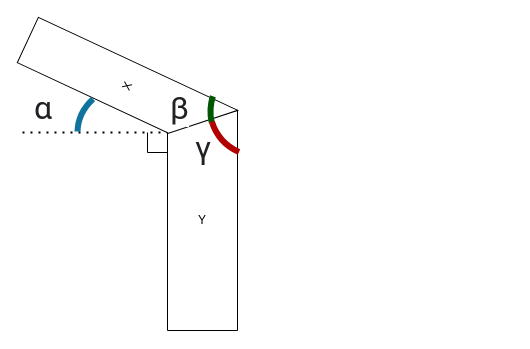
Above: Резка досок.drawio in pvlasov/sawing-calculator (draw.io), before the change. Source tidied: cells renumbered, new cells numbered last; positions are measured from the earlier drawing's top-left corner, leaving out a move shared by most shapes. Both pictures are drawn from the tidied source at 100%, with x=0, y=0 at pixel (22, -24).
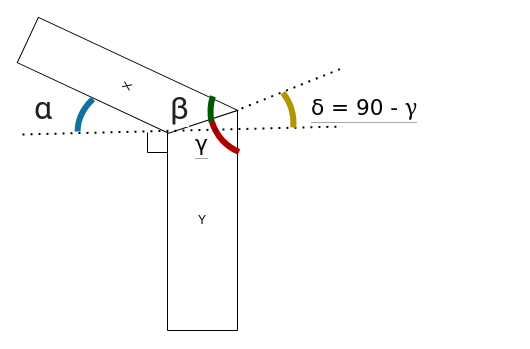
The same diagram, later.

Change to the diagram source:
```diff
@@
 <mxGraphModel>
   <root>
     <mxCell id="0" />
     <mxCell id="1" parent="0" />
     <mxCell id="2" value="Y" style="shape=manualInput;whiteSpace=wrap;html=1;size=8;" parent="1" vertex="1">
       <mxGeometry x="145" y="134" width="70" height="220" as="geometry" />
     </mxCell>
     <mxCell id="3" value="X" style="shape=manualInput;whiteSpace=wrap;html=1;size=53;flipV=1;rotation=-65;" parent="1" vertex="1">
       <mxGeometry x="80" width="50" height="220" as="geometry" />
     </mxCell>
     <mxCell id="4" value="&lt;span style=&quot;color: rgb(32, 33, 36); font-family: Roboto, arial, sans-serif; font-size: 32px; font-style: normal; font-variant-ligatures: normal; font-variant-caps: normal; font-weight: 400; letter-spacing: normal; orphans: 2; text-align: left; text-indent: 0px; text-transform: none; widows: 2; word-spacing: 0px; -webkit-text-stroke-width: 0px; background-color: rgb(255, 255, 255); text-decoration-thickness: initial; text-decoration-style: initial; text-decoration-color: initial; float: none; display: inline !important;&quot;&gt;α&lt;/span&gt;" style="text;whiteSpace=wrap;html=1;" parent="1" vertex="1">
       <mxGeometry x="10" y="106" width="40" height="40" as="geometry" />
     </mxCell>
     <mxCell id="5" value="&lt;span style=&quot;color: rgb(32, 33, 36); font-family: Roboto, arial, sans-serif; font-size: 32px; font-style: normal; font-variant-ligatures: normal; font-variant-caps: normal; font-weight: 400; letter-spacing: normal; orphans: 2; text-align: left; text-indent: 0px; text-transform: none; widows: 2; word-spacing: 0px; -webkit-text-stroke-width: 0px; background-color: rgb(255, 255, 255); text-decoration-thickness: initial; text-decoration-style: initial; text-decoration-color: initial; float: none; display: inline !important;&quot;&gt;β&lt;/span&gt;" style="text;whiteSpace=wrap;html=1;" parent="1" vertex="1">
       <mxGeometry x="146" y="106" width="40" height="40" as="geometry" />
     </mxCell>
-    <mxCell id="6" value="&lt;span style=&quot;color: rgb(32, 33, 36); font-family: Roboto, arial, sans-serif; font-size: 32px; font-style: normal; font-variant-ligatures: normal; font-variant-caps: normal; font-weight: 400; letter-spacing: normal; orphans: 2; text-align: left; text-indent: 0px; text-transform: none; widows: 2; word-spacing: 0px; -webkit-text-stroke-width: 0px; background-color: rgb(255, 255, 255); text-decoration-thickness: initial; text-decoration-style: initial; text-decoration-color: initial; float: none; display: inline !important;&quot;&gt;γ&lt;/span&gt;" style="text;whiteSpace=wrap;html=1;" parent="1" vertex="1">
+    <mxCell id="6" value="&lt;h1 style=&quot;margin: 0px 0px 0.25em; padding: 0px; overflow: visible; border-bottom: 1px solid rgb(162, 169, 177); font-size: 1.8em; font-weight: normal; width: auto; font-family: &amp;quot;Linux Libertine&amp;quot;, Georgia, Times, serif; line-height: 1.3;&quot; class=&quot;firstHeading mw-first-heading&quot; id=&quot;firstHeading&quot;&gt;&lt;span style=&quot;font-family: &amp;quot;New Athena Unicode&amp;quot;, &amp;quot;DejaVu Sans&amp;quot;, Athena, Gentium, &amp;quot;Gentium Plus&amp;quot;, &amp;quot;Palatino Linotype&amp;quot;, Times, &amp;quot;Arial Unicode MS&amp;quot;, &amp;quot;Lucida Sans Unicode&amp;quot;, &amp;quot;Lucida Grande&amp;quot;, Code2000, sans-serif;&quot; class=&quot;polytonic&quot;&gt;γ&lt;/span&gt;&lt;/h1&gt;" style="text;whiteSpace=wrap;html=1;" parent="1" vertex="1">
       <mxGeometry x="171" y="146" width="40" height="40" as="geometry" />
     </mxCell>
     <mxCell id="7" style="verticalLabelPosition=bottom;verticalAlign=top;html=1;shape=mxgraph.basic.arc;strokeColor=#10739E;strokeWidth=6;startAngle=0.7532476092441872;endAngle=0.866845351537719;" parent="1" vertex="1">
       <mxGeometry x="55" y="106" width="121" height="100" as="geometry" />
     </mxCell>
     <mxCell id="8" style="verticalLabelPosition=bottom;verticalAlign=top;html=1;shape=mxgraph.basic.arc;strokeColor=#005700;strokeWidth=6;startAngle=0.715534948534998;endAngle=0.7992907545140471;fillColor=#008a00;fontColor=#ffffff;" parent="1" vertex="1">
       <mxGeometry x="188" y="85" width="100" height="100" as="geometry" />
     </mxCell>
     <mxCell id="9" style="verticalLabelPosition=bottom;verticalAlign=top;html=1;shape=mxgraph.basic.arc;strokeColor=#B20000;strokeWidth=6;startAngle=0.567164186518581;endAngle=0.7007092454859529;fillColor=#e51400;fontColor=#ffffff;" parent="1" vertex="1">
       <mxGeometry x="187" y="80" width="100" height="100" as="geometry" />
     </mxCell>
-    <mxCell id="10" style="endArrow=none;dashed=1;html=1;dashPattern=1 3;strokeWidth=2;rounded=0;entryX=0;entryY=0.75;entryDx=0;entryDy=0;" parent="1" edge="1" target="3">
+    <mxCell id="10" style="endArrow=none;dashed=1;html=1;dashPattern=1 3;strokeWidth=2;rounded=0;" parent="1" edge="1">
       <mxGeometry relative="1" as="geometry">
-        <mxPoint y="156" as="sourcePoint" />
+        <mxPoint y="158" as="sourcePoint" />
+        <mxPoint x="320" y="150" as="targetPoint" />
       </mxGeometry>
     </mxCell>
     <mxCell id="11" style="endArrow=none;html=1;rounded=0;edgeStyle=orthogonalEdgeStyle;" parent="1" edge="1">
       <mxGeometry relative="1" as="geometry">
         <mxPoint x="125" y="156" as="sourcePoint" />
         <mxPoint x="145" y="176" as="targetPoint" />
         <Array as="points">
           <mxPoint x="125" y="176" />
         </Array>
       </mxGeometry>
     </mxCell>
+    <mxCell id="12" style="endArrow=none;dashed=1;html=1;dashPattern=1 3;strokeWidth=2;rounded=0;" parent="1" edge="1">
+      <mxGeometry relative="1" as="geometry">
+        <mxPoint x="219" y="132" as="sourcePoint" />
+        <mxPoint x="319" y="92" as="targetPoint" />
+      </mxGeometry>
+    </mxCell>
+    <mxCell id="13" style="verticalLabelPosition=bottom;verticalAlign=top;html=1;shape=mxgraph.basic.arc;strokeColor=#B09500;strokeWidth=6;startAngle=0.1445715809024097;endAngle=0.26270533683305797;fillColor=#e3c800;fontColor=#000000;" parent="1" vertex="1">
+      <mxGeometry x="171" y="97" width="100" height="100" as="geometry" />
+    </mxCell>
+    <mxCell id="14" value="&lt;h1 style=&quot;color: rgb(0, 0, 0); margin: 0px 0px 0.25em; padding: 0px; overflow: visible; border-bottom: 1px solid rgb(162, 169, 177); font-size: 1.8em; font-weight: normal; width: auto; font-family: &amp;quot;Linux Libertine&amp;quot;, Georgia, Times, serif; line-height: 1.3; font-style: normal; font-variant-ligatures: normal; font-variant-caps: normal; letter-spacing: normal; orphans: 2; text-align: start; text-indent: 0px; text-transform: none; widows: 2; word-spacing: 0px; -webkit-text-stroke-width: 0px;&quot; class=&quot;firstHeading mw-first-heading&quot; id=&quot;firstHeading&quot;&gt;&lt;span style=&quot;font-family: &amp;quot;New Athena Unicode&amp;quot;, &amp;quot;DejaVu Sans&amp;quot;, Athena, Gentium, &amp;quot;Gentium Plus&amp;quot;, &amp;quot;Palatino Linotype&amp;quot;, Times, &amp;quot;Arial Unicode MS&amp;quot;, &amp;quot;Lucida Sans Unicode&amp;quot;, &amp;quot;Lucida Grande&amp;quot;, Code2000, sans-serif; font-style: normal;&quot; class=&quot;polytonic&quot;&gt;δ = 90 -&amp;nbsp;&lt;/span&gt;γ&lt;/h1&gt;" style="text;whiteSpace=wrap;html=1;fontStyle=0;" parent="1" vertex="1">
+      <mxGeometry x="287" y="110" width="203" height="50" as="geometry" />
+    </mxCell>
   </root>
 </mxGraphModel>
```
